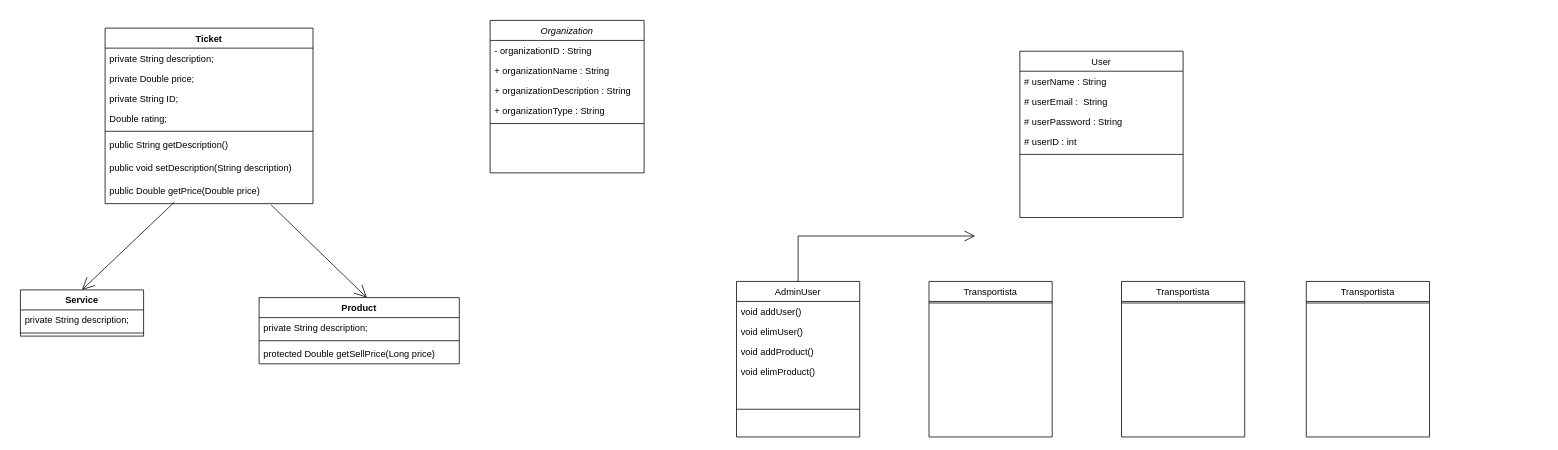
MMonzon00/LP3_Backend_java keeps this draw.io diagram as ClassDiagramLP3_project.drawio. Above is the earlier version. Source tidied: cells renumbered, new cells numbered last; positions are measured from the earlier drawing's top-left corner, leaving out a move shared by most shapes. Both pictures are drawn from the tidied source at 77%, with x=0, y=0 at pixel (20, 20).
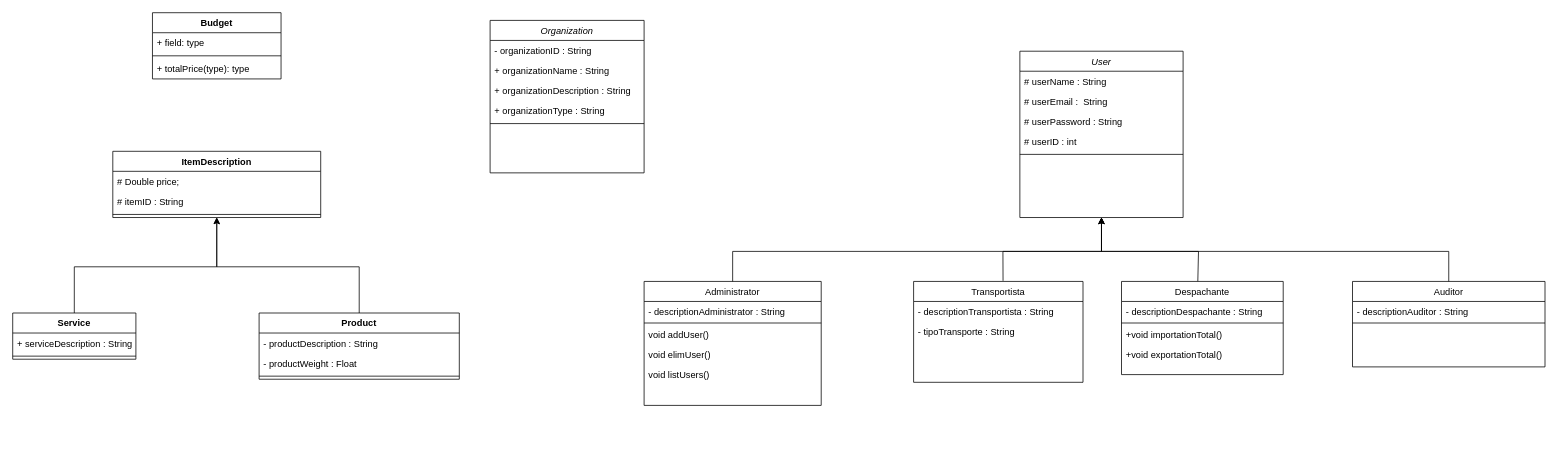
The same diagram, later.

Diff of the diagram source:
```diff
@@
-    <mxCell id="8" value="AdminUser" style="swimlane;fontStyle=0;align=center;verticalAlign=top;horizontal=1;startSize=26;rounded=0;shadow=0;strokeWidth=1;" parent="1" vertex="1">
-      <mxGeometry x="930" y="339" width="160" height="202" as="geometry" />
+    <mxCell id="8" value="Administrator" style="swimlane;fontStyle=0;align=center;verticalAlign=top;horizontal=1;startSize=26;rounded=0;shadow=0;strokeWidth=1;" parent="1" vertex="1">
+      <mxGeometry x="810" y="339" width="230" height="161" as="geometry" />
     </mxCell>
+    <mxCell id="45" value="- descriptionAdministrator : String " style="text;strokeColor=none;fillColor=none;align=left;verticalAlign=top;spacingLeft=4;spacingRight=4;overflow=hidden;" parent="8" vertex="1">
+      <mxGeometry y="26" width="230" height="26" as="geometry" />
+    </mxCell>
+    <mxCell id="40" style="line;html=1;strokeWidth=1;align=left;verticalAlign=middle;spacingTop=-1;spacingLeft=3;spacingRight=3;labelPosition=right;" parent="8" vertex="1">
+      <mxGeometry y="52" width="230" height="4" as="geometry" />
+    </mxCell>
     <mxCell id="9" value="void addUser()&#10;" style="text;align=left;verticalAlign=top;spacingLeft=4;spacingRight=4;overflow=hidden;" parent="8" vertex="1">
-      <mxGeometry y="26" width="160" height="26" as="geometry" />
+      <mxGeometry y="56" width="230" height="26" as="geometry" />
     </mxCell>
     <mxCell id="10" value="void elimUser()" style="text;align=left;verticalAlign=top;spacingLeft=4;spacingRight=4;overflow=hidden;" parent="8" vertex="1">
-      <mxGeometry y="52" width="160" height="26" as="geometry" />
+      <mxGeometry y="82" width="230" height="26" as="geometry" />
     </mxCell>
-    <mxCell id="11" value="void addProduct()" style="text;align=left;verticalAlign=top;spacingLeft=4;spacingRight=4;overflow=hidden;" parent="8" vertex="1">
-      <mxGeometry y="78" width="160" height="26" as="geometry" />
-    </mxCell>
-    <mxCell id="12" value="void elimProduct()" style="text;align=left;verticalAlign=top;spacingLeft=4;spacingRight=4;overflow=hidden;" parent="8" vertex="1">
-      <mxGeometry y="104" width="160" height="26" as="geometry" />
-    </mxCell>
-    <mxCell id="13" style="line;html=1;strokeWidth=1;align=left;verticalAlign=middle;spacingTop=-1;spacingLeft=3;spacingRight=3;labelPosition=right;" parent="8" vertex="1">
-      <mxGeometry y="130" width="160" height="72" as="geometry" />
-    </mxCell>
+    <mxCell id="46" value="void listUsers()" style="text;align=left;verticalAlign=top;spacingLeft=4;spacingRight=4;overflow=hidden;" parent="8" vertex="1">
+      <mxGeometry y="108" width="230" height="26" as="geometry" />
+    </mxCell>
-    <mxCell id="14" value="User" style="swimlane;fontStyle=0;align=center;verticalAlign=top;horizontal=1;startSize=26;rounded=0;shadow=0;strokeWidth=1;" parent="1" vertex="1">
+    <mxCell id="14" value="User" style="swimlane;fontStyle=2;align=center;verticalAlign=top;horizontal=1;startSize=26;rounded=0;shadow=0;strokeWidth=1;" parent="1" vertex="1">
       <mxGeometry x="1298" y="40" width="212" height="216" as="geometry" />
     </mxCell>
@@
     <mxCell id="20" value="Service" style="swimlane;fontStyle=1;align=center;verticalAlign=top;horizontal=1;startSize=26;" parent="1" vertex="1">
-      <mxGeometry y="350" width="160" height="60" as="geometry" />
+      <mxGeometry x="-10" y="380" width="160" height="60" as="geometry" />
     </mxCell>
-    <mxCell id="21" value="private String description;" style="text;strokeColor=none;fillColor=none;align=left;verticalAlign=top;spacingLeft=4;spacingRight=4;overflow=hidden;" parent="20" vertex="1">
+    <mxCell id="21" value="+ serviceDescription : String" style="text;strokeColor=none;fillColor=none;align=left;verticalAlign=top;spacingLeft=4;spacingRight=4;overflow=hidden;" parent="20" vertex="1">
       <mxGeometry y="26" width="160" height="26" as="geometry" />
     </mxCell>
-    <mxCell id="22" style="line;strokeWidth=1;fillColor=none;align=left;verticalAlign=middle;spacingTop=-1;spacingLeft=3;spacingRight=3;labelPosition=right;strokeColor=inherit;" parent="20" vertex="1">
+    <mxCell id="22" style="line;strokeWidth=1;fillColor=none;align=left;verticalAlign=middle;spacingTop=-1;spacingLeft=3;spacingRight=3;labelPosition=right;" parent="20" vertex="1">
       <mxGeometry y="52" width="160" height="8" as="geometry" />
     </mxCell>
     <mxCell id="23" value="Product" style="swimlane;fontStyle=1;align=center;verticalAlign=top;horizontal=1;startSize=26;" parent="1" vertex="1">
-      <mxGeometry x="310" y="360" width="260" height="86" as="geometry" />
+      <mxGeometry x="310" y="380" width="260" height="86" as="geometry" />
     </mxCell>
-    <mxCell id="24" value="private String description;&#10;" style="text;strokeColor=none;fillColor=none;align=left;verticalAlign=top;spacingLeft=4;spacingRight=4;overflow=hidden;" parent="23" vertex="1">
+    <mxCell id="24" value="- productDescription : String &#10;" style="text;strokeColor=none;fillColor=none;align=left;verticalAlign=top;spacingLeft=4;spacingRight=4;overflow=hidden;" parent="23" vertex="1">
       <mxGeometry y="26" width="260" height="26" as="geometry" />
     </mxCell>
+    <mxCell id="47" value="- productWeight : Float&#10;" style="text;strokeColor=none;fillColor=none;align=left;verticalAlign=top;spacingLeft=4;spacingRight=4;overflow=hidden;" parent="23" vertex="1">
+      <mxGeometry y="52" width="260" height="26" as="geometry" />
+    </mxCell>
-    <mxCell id="25" style="line;strokeWidth=1;fillColor=none;align=left;verticalAlign=middle;spacingTop=-1;spacingLeft=3;spacingRight=3;labelPosition=right;strokeColor=inherit;" parent="23" vertex="1">
-      <mxGeometry y="52" width="260" height="8" as="geometry" />
+    <mxCell id="25" style="line;strokeWidth=1;fillColor=none;align=left;verticalAlign=middle;spacingTop=-1;spacingLeft=3;spacingRight=3;labelPosition=right;" parent="23" vertex="1">
+      <mxGeometry y="78" width="260" height="8" as="geometry" />
     </mxCell>
-    <mxCell id="26" value="protected Double getSellPrice(Long price) " style="text;strokeColor=none;fillColor=none;align=left;verticalAlign=top;spacingLeft=4;spacingRight=4;overflow=hidden;" parent="23" vertex="1">
-      <mxGeometry y="60" width="260" height="26" as="geometry" />
-    </mxCell>
-    <mxCell id="27" value="Ticket" style="swimlane;fontStyle=1;align=center;verticalAlign=top;horizontal=1;startSize=26;" parent="1" vertex="1">
-      <mxGeometry x="110" y="10" width="270" height="228" as="geometry" />
+    <mxCell id="27" value="ItemDescription" style="swimlane;fontStyle=1;align=center;verticalAlign=top;horizontal=1;startSize=26;" parent="1" vertex="1">
+      <mxGeometry x="120" y="170" width="270" height="86" as="geometry" />
     </mxCell>
-    <mxCell id="28" value="private String description;&#10;" style="text;strokeColor=none;fillColor=none;align=left;verticalAlign=top;spacingLeft=4;spacingRight=4;overflow=hidden;" parent="27" vertex="1">
-      <mxGeometry y="26" width="270" height="26" as="geometry" />
-    </mxCell>
-    <mxCell id="29" value="private Double price;&#10;" style="text;strokeColor=none;fillColor=none;align=left;verticalAlign=top;spacingLeft=4;spacingRight=4;overflow=hidden;" parent="27" vertex="1">
-      <mxGeometry y="52" width="270" height="26" as="geometry" />
+    <mxCell id="29" value="# Double price;&#10;" style="text;strokeColor=none;fillColor=none;align=left;verticalAlign=top;spacingLeft=4;spacingRight=4;overflow=hidden;" parent="27" vertex="1">
+      <mxGeometry y="26" width="270" height="26" as="geometry" />
     </mxCell>
-    <mxCell id="30" value=" private String ID;&#10;" style="text;strokeColor=none;fillColor=none;align=left;verticalAlign=top;spacingLeft=4;spacingRight=4;overflow=hidden;" parent="27" vertex="1">
-      <mxGeometry y="78" width="270" height="26" as="geometry" />
+    <mxCell id="30" value="# itemID : String" style="text;strokeColor=none;fillColor=none;align=left;verticalAlign=top;spacingLeft=4;spacingRight=4;overflow=hidden;" parent="27" vertex="1">
+      <mxGeometry y="52" width="270" height="26" as="geometry" />
     </mxCell>
-    <mxCell id="31" value=" Double rating;&#10;" style="text;strokeColor=none;fillColor=none;align=left;verticalAlign=top;spacingLeft=4;spacingRight=4;overflow=hidden;" parent="27" vertex="1">
-      <mxGeometry y="104" width="270" height="26" as="geometry" />
-    </mxCell>
-    <mxCell id="32" style="line;strokeWidth=1;fillColor=none;align=left;verticalAlign=middle;spacingTop=-1;spacingLeft=3;spacingRight=3;labelPosition=right;strokeColor=inherit;" parent="27" vertex="1">
-      <mxGeometry y="130" width="270" height="8" as="geometry" />
+    <mxCell id="32" style="line;strokeWidth=1;fillColor=none;align=left;verticalAlign=middle;spacingTop=-1;spacingLeft=3;spacingRight=3;labelPosition=right;" parent="27" vertex="1">
+      <mxGeometry y="78" width="270" height="8" as="geometry" />
     </mxCell>
-    <mxCell id="33" value=" public String getDescription() &#10;" style="text;strokeColor=none;fillColor=none;align=left;verticalAlign=top;spacingLeft=4;spacingRight=4;overflow=hidden;" parent="27" vertex="1">
-      <mxGeometry y="138" width="270" height="30" as="geometry" />
-    </mxCell>
-    <mxCell id="34" value=" public void setDescription(String description)&#10;" style="text;strokeColor=none;fillColor=none;align=left;verticalAlign=top;spacingLeft=4;spacingRight=4;overflow=hidden;" parent="27" vertex="1">
-      <mxGeometry y="168" width="270" height="30" as="geometry" />
-    </mxCell>
-    <mxCell id="35" value=" public Double getPrice(Double price)&#10;" style="text;strokeColor=none;fillColor=none;align=left;verticalAlign=top;spacingLeft=4;spacingRight=4;overflow=hidden;points=[[0,0.5],[1,0.5]];portConstraint=eastwest;" parent="27" vertex="1">
-      <mxGeometry y="198" width="270" height="30" as="geometry" />
-    </mxCell>
-    <mxCell id="36" style="edgeStyle=none;curved=1;rounded=0;jettySize=auto;html=1;entryX=0.5;entryY=0;entryDx=0;entryDy=0;fontSize=12;endArrow=open;startSize=14;endSize=14;sourcePerimeterSpacing=8;targetPerimeterSpacing=8;exitX=0;exitY=0.5;exitDx=0;exitDy=0;" parent="1" edge="1" target="20">
-      <mxGeometry relative="1" as="geometry">
-        <mxPoint x="200" y="236" as="sourcePoint" />
-      </mxGeometry>
-    </mxCell>
-    <mxCell id="37" style="edgeStyle=none;curved=1;rounded=0;jettySize=auto;html=1;entryX=0.538;entryY=0;entryDx=0;entryDy=0;fontSize=12;endArrow=open;startSize=14;endSize=14;sourcePerimeterSpacing=8;targetPerimeterSpacing=8;exitX=0.798;exitY=1.05;exitDx=0;exitDy=0;entryPerimeter=0;exitPerimeter=0;" parent="1" edge="1" source="35" target="23">
-      <mxGeometry relative="1" as="geometry" />
-    </mxCell>
-    <mxCell id="38" style="endArrow=open;endFill=1;endSize=12;html=1;rounded=0;exitX=0.5;exitY=0;exitDx=0;exitDy=0;" parent="1" edge="1" source="8">
-      <mxGeometry relative="1" as="geometry">
-        <mxPoint x="1240" y="280" as="targetPoint" />
-        <Array as="points">
-          <mxPoint x="1010" y="280" />
-        </Array>
-      </mxGeometry>
-    </mxCell>
     <mxCell id="39" value="Transportista" style="swimlane;fontStyle=0;align=center;verticalAlign=top;horizontal=1;startSize=26;rounded=0;shadow=0;strokeWidth=1;" parent="1" vertex="1">
-      <mxGeometry x="1180" y="339" width="160" height="202" as="geometry" />
+      <mxGeometry x="1160" y="339" width="220" height="131" as="geometry" />
     </mxCell>
-    <mxCell id="40" style="line;html=1;strokeWidth=1;align=left;verticalAlign=middle;spacingTop=-1;spacingLeft=3;spacingRight=3;labelPosition=right;" parent="39" vertex="1">
-      <mxGeometry y="26" width="160" height="4" as="geometry" />
-    </mxCell>
+    <mxCell id="48" value="- descriptionTransportista : String " style="text;strokeColor=none;fillColor=none;align=left;verticalAlign=top;spacingLeft=4;spacingRight=4;overflow=hidden;" parent="39" vertex="1">
+      <mxGeometry y="26" width="220" height="26" as="geometry" />
+    </mxCell>
+    <mxCell id="49" value="- tipoTransporte : String " style="text;strokeColor=none;fillColor=none;align=left;verticalAlign=top;spacingLeft=4;spacingRight=4;overflow=hidden;" parent="39" vertex="1">
+      <mxGeometry y="52" width="220" height="26" as="geometry" />
+    </mxCell>
-    <mxCell id="41" value="Transportista" style="swimlane;fontStyle=0;align=center;verticalAlign=top;horizontal=1;startSize=26;rounded=0;shadow=0;strokeWidth=1;" parent="1" vertex="1">
-      <mxGeometry x="1430" y="339" width="160" height="202" as="geometry" />
+    <mxCell id="41" value="Despachante" style="swimlane;fontStyle=0;align=center;verticalAlign=top;horizontal=1;startSize=26;rounded=0;shadow=0;strokeWidth=1;" parent="1" vertex="1">
+      <mxGeometry x="1430" y="339" width="210" height="121" as="geometry" />
     </mxCell>
+    <mxCell id="50" value="- descriptionDespachante : String " style="text;strokeColor=none;fillColor=none;align=left;verticalAlign=top;spacingLeft=4;spacingRight=4;overflow=hidden;" parent="41" vertex="1">
+      <mxGeometry y="26" width="210" height="26" as="geometry" />
+    </mxCell>
     <mxCell id="42" style="line;html=1;strokeWidth=1;align=left;verticalAlign=middle;spacingTop=-1;spacingLeft=3;spacingRight=3;labelPosition=right;" parent="41" vertex="1">
-      <mxGeometry y="26" width="160" height="4" as="geometry" />
+      <mxGeometry y="52" width="210" height="4" as="geometry" />
     </mxCell>
+    <mxCell id="51" value="+void importationTotal()&#10;" style="text;align=left;verticalAlign=top;spacingLeft=4;spacingRight=4;overflow=hidden;" parent="41" vertex="1">
+      <mxGeometry y="56" width="210" height="26" as="geometry" />
+    </mxCell>
+    <mxCell id="52" value="+void exportationTotal()&#10;" style="text;align=left;verticalAlign=top;spacingLeft=4;spacingRight=4;overflow=hidden;" parent="41" vertex="1">
+      <mxGeometry y="82" width="210" height="26" as="geometry" />
+    </mxCell>
-    <mxCell id="43" value="Transportista" style="swimlane;fontStyle=0;align=center;verticalAlign=top;horizontal=1;startSize=26;rounded=0;shadow=0;strokeWidth=1;" parent="1" vertex="1">
-      <mxGeometry x="1670" y="339" width="160" height="202" as="geometry" />
+    <mxCell id="43" value="Auditor" style="swimlane;fontStyle=0;align=center;verticalAlign=top;horizontal=1;startSize=26;rounded=0;shadow=0;strokeWidth=1;" parent="1" vertex="1">
+      <mxGeometry x="1730" y="339" width="250" height="111" as="geometry" />
     </mxCell>
+    <mxCell id="53" value="- descriptionAuditor : String " style="text;strokeColor=none;fillColor=none;align=left;verticalAlign=top;spacingLeft=4;spacingRight=4;overflow=hidden;" parent="43" vertex="1">
+      <mxGeometry y="26" width="250" height="26" as="geometry" />
+    </mxCell>
     <mxCell id="44" style="line;html=1;strokeWidth=1;align=left;verticalAlign=middle;spacingTop=-1;spacingLeft=3;spacingRight=3;labelPosition=right;" parent="43" vertex="1">
-      <mxGeometry y="26" width="160" height="4" as="geometry" />
+      <mxGeometry y="52" width="250" height="4" as="geometry" />
     </mxCell>
+    <mxCell id="54" style="endArrow=classic;html=1;rounded=0;exitX=0.5;exitY=0;exitDx=0;exitDy=0;entryX=0.5;entryY=1;entryDx=0;entryDy=0;" parent="1" edge="1" source="8" target="14">
+      <mxGeometry relative="1" as="geometry">
+        <Array as="points">
+          <mxPoint x="925" y="300" />
+          <mxPoint x="1404" y="300" />
+        </Array>
+      </mxGeometry>
+    </mxCell>
+    <mxCell id="55" style="endArrow=classic;html=1;rounded=0;exitX=0.528;exitY=-0.006;exitDx=0;exitDy=0;exitPerimeter=0;entryX=0.5;entryY=1;entryDx=0;entryDy=0;" parent="1" edge="1" source="39" target="14">
+      <mxGeometry relative="1" as="geometry">
+        <Array as="points">
+          <mxPoint x="1276" y="300" />
+          <mxPoint x="1404" y="300" />
+        </Array>
+      </mxGeometry>
+    </mxCell>
+    <mxCell id="56" style="endArrow=classic;html=1;rounded=0;exitX=0.472;exitY=-0.003;exitDx=0;exitDy=0;exitPerimeter=0;entryX=0.5;entryY=1;entryDx=0;entryDy=0;" parent="1" edge="1" source="41" target="14">
+      <mxGeometry relative="1" as="geometry">
+        <Array as="points">
+          <mxPoint x="1530" y="300" />
+          <mxPoint x="1404" y="300" />
+        </Array>
+      </mxGeometry>
+    </mxCell>
+    <mxCell id="57" style="endArrow=classic;html=1;rounded=0;exitX=0.5;exitY=0;exitDx=0;exitDy=0;entryX=0.5;entryY=1;entryDx=0;entryDy=0;" parent="1" edge="1" source="43" target="14">
+      <mxGeometry relative="1" as="geometry">
+        <Array as="points">
+          <mxPoint x="1855" y="300" />
+          <mxPoint x="1404" y="300" />
+        </Array>
+      </mxGeometry>
+    </mxCell>
+    <mxCell id="58" style="endArrow=classic;html=1;rounded=0;exitX=0.5;exitY=0;exitDx=0;exitDy=0;entryX=0.5;entryY=1;entryDx=0;entryDy=0;" parent="1" edge="1" source="20" target="27">
+      <mxGeometry relative="1" as="geometry">
+        <Array as="points">
+          <mxPoint x="70" y="320" />
+          <mxPoint x="255" y="320" />
+        </Array>
+      </mxGeometry>
+    </mxCell>
+    <mxCell id="59" style="endArrow=classic;html=1;rounded=0;exitX=0.5;exitY=0;exitDx=0;exitDy=0;entryX=0.5;entryY=1;entryDx=0;entryDy=0;" parent="1" edge="1" source="23" target="27">
+      <mxGeometry relative="1" as="geometry">
+        <Array as="points">
+          <mxPoint x="440" y="320" />
+          <mxPoint x="255" y="320" />
+        </Array>
+      </mxGeometry>
+    </mxCell>
+    <mxCell id="60" value="Budget" style="swimlane;fontStyle=1;align=center;verticalAlign=top;horizontal=1;startSize=26;" parent="1" vertex="1">
+      <mxGeometry x="171.5" y="-10" width="167" height="86" as="geometry" />
+    </mxCell>
+    <mxCell id="61" value="+ field: type" style="text;strokeColor=none;fillColor=none;align=left;verticalAlign=top;spacingLeft=4;spacingRight=4;overflow=hidden;" parent="60" vertex="1">
+      <mxGeometry y="26" width="167" height="26" as="geometry" />
+    </mxCell>
+    <mxCell id="62" style="line;strokeWidth=1;fillColor=none;align=left;verticalAlign=middle;spacingTop=-1;spacingLeft=3;spacingRight=3;labelPosition=right;" parent="60" vertex="1">
+      <mxGeometry y="52" width="167" height="8" as="geometry" />
+    </mxCell>
+    <mxCell id="63" value="+ totalPrice(type): type" style="text;strokeColor=none;fillColor=none;align=left;verticalAlign=top;spacingLeft=4;spacingRight=4;overflow=hidden;" parent="60" vertex="1">
+      <mxGeometry y="60" width="167" height="26" as="geometry" />
+    </mxCell>
```
